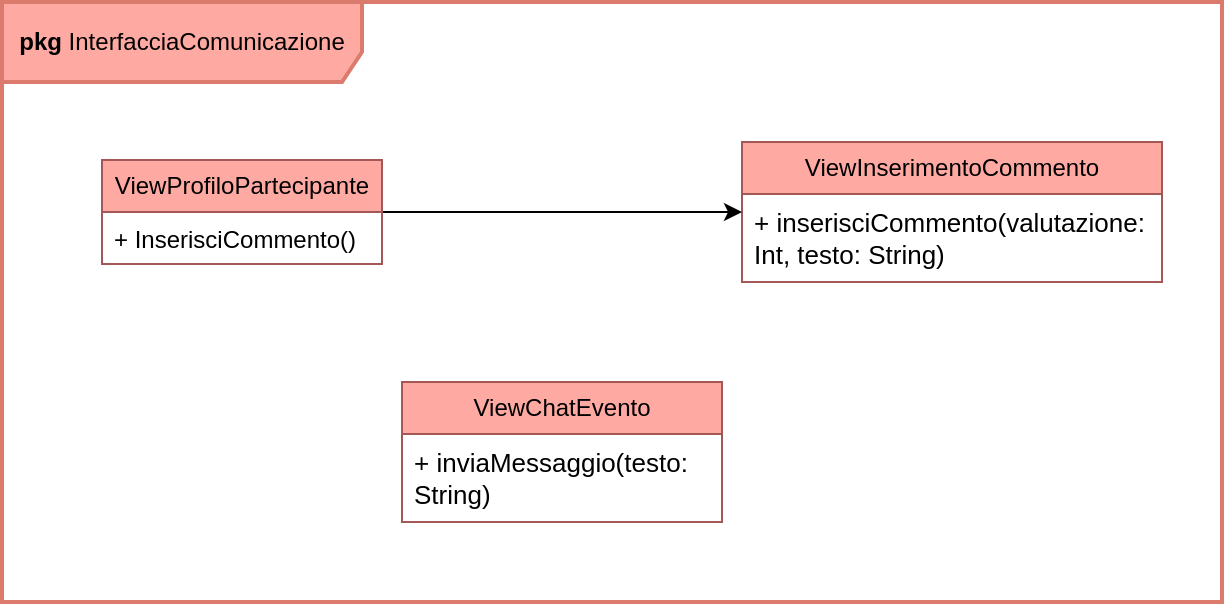
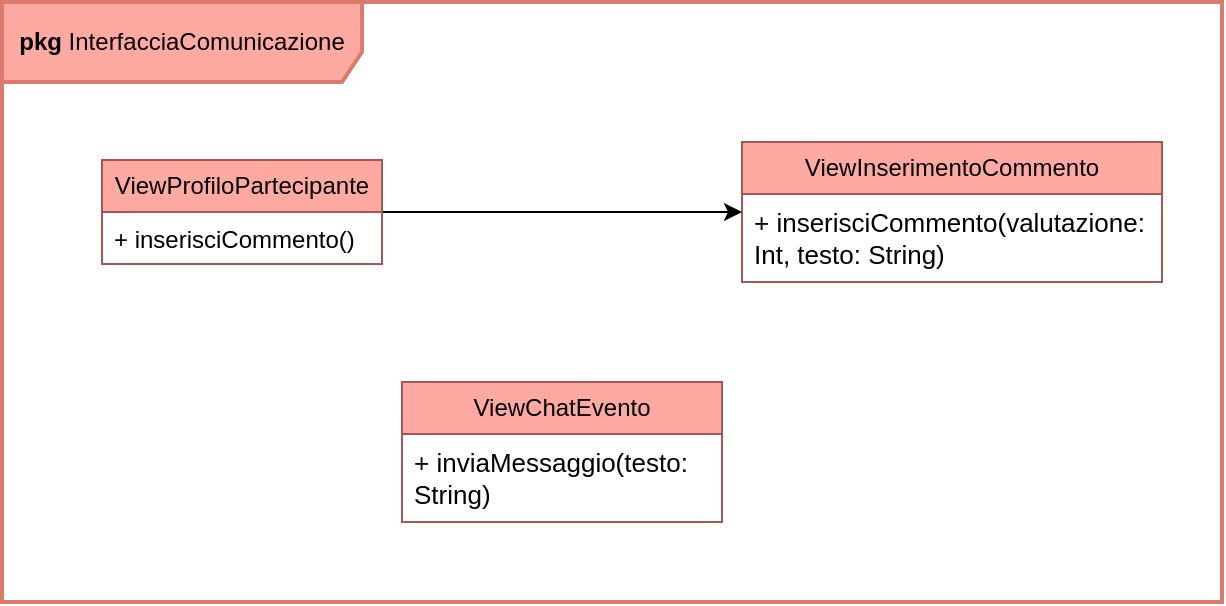
<mxfile host="app.diagrams.net">
  <diagram name="Pagina-1" id="Hq2OxTNMMGc7YYgohn9l">
-     <mxGraphModel dx="844" dy="365" grid="1" gridSize="10" guides="1" tooltips="1" connect="1" arrows="1" fold="1" page="1" pageScale="1" pageWidth="827" pageHeight="1169" math="0" shadow="0">
+     <mxGraphModel dx="710" dy="729" grid="1" gridSize="10" guides="1" tooltips="1" connect="1" arrows="1" fold="1" page="1" pageScale="1" pageWidth="827" pageHeight="1169" math="0" shadow="0">
      <root>
        <mxCell id="0" />
        <mxCell id="1" parent="0" />
        <mxCell id="BOttXcVS74Qbdp5FdDYj-1" parent="1" style="shape=umlFrame;whiteSpace=wrap;html=1;pointerEvents=0;width=180;height=40;fillColor=#FFA9A3;strokeColor=#DA7B6E;strokeWidth=2;" value="&lt;b&gt;pkg &lt;/b&gt;InterfacciaComunicazione" vertex="1">
          <mxGeometry height="300" width="610" x="110" y="80" as="geometry" />
        </mxCell>
        <mxCell id="BOttXcVS74Qbdp5FdDYj-2" parent="1" style="swimlane;fontStyle=0;childLayout=stackLayout;horizontal=1;startSize=26;fillColor=#FFA9A3;horizontalStack=0;resizeParent=1;resizeParentMax=0;resizeLast=0;collapsible=1;marginBottom=0;whiteSpace=wrap;html=1;strokeColor=#A35757;" value="ViewInserimentoCommento" vertex="1">
          <mxGeometry height="70" width="210" x="480" y="150" as="geometry" />
        </mxCell>
        <mxCell id="BOttXcVS74Qbdp5FdDYj-9" parent="BOttXcVS74Qbdp5FdDYj-2" style="text;strokeColor=none;fillColor=none;align=left;verticalAlign=top;spacingLeft=4;spacingRight=4;overflow=hidden;rotatable=0;points=[[0,0.5],[1,0.5]];portConstraint=eastwest;whiteSpace=wrap;html=1;fontColor=light-dark(#000000,#000000);fontStyle=0;fontSize=13;" value="+ inserisciCommento(valutazione: Int, testo: String)" vertex="1">
          <mxGeometry height="44" width="210" y="26" as="geometry" />
        </mxCell>
        <mxCell id="BOttXcVS74Qbdp5FdDYj-8" edge="1" parent="1" source="BOttXcVS74Qbdp5FdDYj-4" style="edgeStyle=orthogonalEdgeStyle;rounded=0;orthogonalLoop=1;jettySize=auto;html=1;exitX=1;exitY=0.5;exitDx=0;exitDy=0;entryX=0;entryY=0.5;entryDx=0;entryDy=0;" target="BOttXcVS74Qbdp5FdDYj-2">
          <mxGeometry relative="1" as="geometry" />
        </mxCell>
        <mxCell id="BOttXcVS74Qbdp5FdDYj-4" parent="1" style="swimlane;fontStyle=0;childLayout=stackLayout;horizontal=1;startSize=26;fillColor=#FFA9A3;horizontalStack=0;resizeParent=1;resizeParentMax=0;resizeLast=0;collapsible=1;marginBottom=0;whiteSpace=wrap;html=1;strokeColor=#A35757;" value="ViewProfiloPartecipante" vertex="1">
          <mxGeometry height="52" width="140" x="160" y="159" as="geometry" />
        </mxCell>
-         <mxCell id="BOttXcVS74Qbdp5FdDYj-5" parent="BOttXcVS74Qbdp5FdDYj-4" style="text;strokeColor=none;fillColor=none;align=left;verticalAlign=top;spacingLeft=4;spacingRight=4;overflow=hidden;rotatable=0;points=[[0,0.5],[1,0.5]];portConstraint=eastwest;whiteSpace=wrap;html=1;" value="+ InserisciCommento()" vertex="1">
+         <mxCell id="BOttXcVS74Qbdp5FdDYj-5" parent="BOttXcVS74Qbdp5FdDYj-4" style="text;strokeColor=none;fillColor=none;align=left;verticalAlign=top;spacingLeft=4;spacingRight=4;overflow=hidden;rotatable=0;points=[[0,0.5],[1,0.5]];portConstraint=eastwest;whiteSpace=wrap;html=1;" value="+ inserisciCommento()" vertex="1">
          <mxGeometry height="26" width="140" y="26" as="geometry" />
        </mxCell>
        <mxCell id="BOttXcVS74Qbdp5FdDYj-6" parent="1" style="swimlane;fontStyle=0;childLayout=stackLayout;horizontal=1;startSize=26;fillColor=#FFA9A3;horizontalStack=0;resizeParent=1;resizeParentMax=0;resizeLast=0;collapsible=1;marginBottom=0;whiteSpace=wrap;html=1;strokeColor=#A35757;" value="ViewChatEvento" vertex="1">
          <mxGeometry height="70" width="160" x="310" y="270" as="geometry" />
        </mxCell>
        <mxCell id="BOttXcVS74Qbdp5FdDYj-10" parent="BOttXcVS74Qbdp5FdDYj-6" style="text;strokeColor=none;fillColor=none;align=left;verticalAlign=top;spacingLeft=4;spacingRight=4;overflow=hidden;rotatable=0;points=[[0,0.5],[1,0.5]];portConstraint=eastwest;whiteSpace=wrap;html=1;fontColor=light-dark(#000000,#000000);fontStyle=0;fontSize=13;" value="+ inviaMessaggio(testo: String)" vertex="1">
          <mxGeometry height="44" width="160" y="26" as="geometry" />
        </mxCell>
      </root>
    </mxGraphModel>
  </diagram>
</mxfile>
